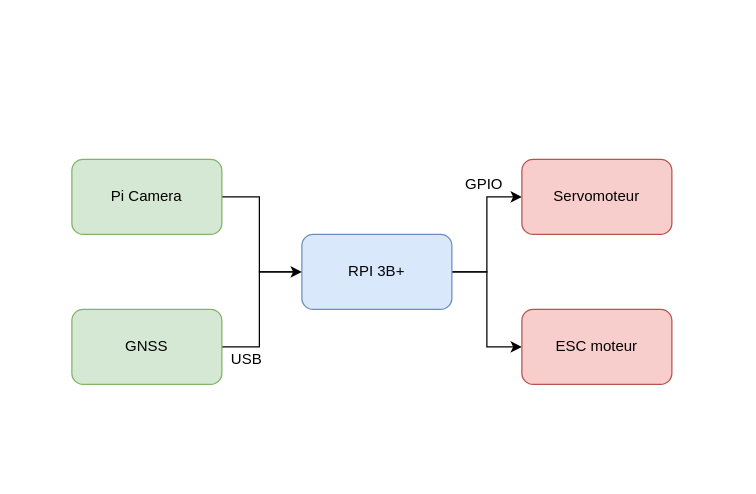
Before: page "Page-3" (3 of 4) of doc/diagrams/graphs.drawio in Jules-Berhault/kart, a draw.io diagram. Source tidied: cells renumbered, new cells numbered last; positions are measured from the earlier drawing's top-left corner, leaving out a move shared by most shapes. Both pictures are drawn from the tidied source at 125%, with x=0, y=0 at pixel (71, 159).
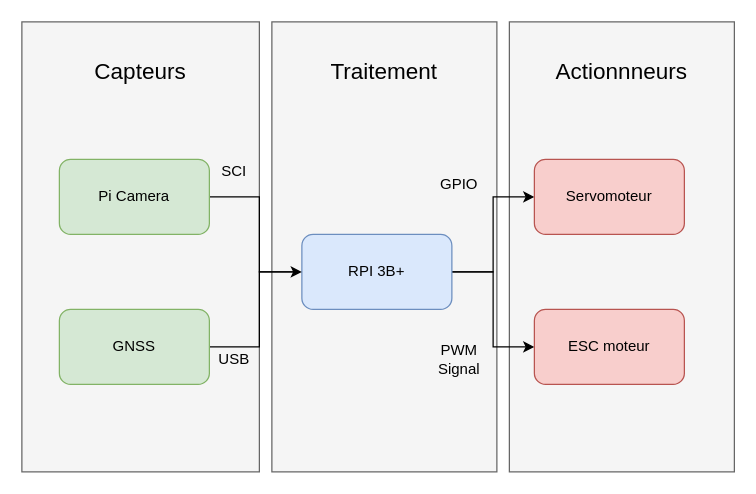
After the change.

The edit, as a diff of the source:
```diff
@@
+    <mxCell id="13" style="rounded=0;whiteSpace=wrap;html=1;fillColor=#f5f5f5;strokeColor=#666666;fontColor=#333333;" parent="1" vertex="1">
+      <mxGeometry x="350" y="-110" width="180" height="360" as="geometry" />
+    </mxCell>
+    <mxCell id="14" style="rounded=0;whiteSpace=wrap;html=1;fillColor=#f5f5f5;strokeColor=#666666;fontColor=#333333;" parent="1" vertex="1">
+      <mxGeometry x="160" y="-110" width="180" height="360" as="geometry" />
+    </mxCell>
+    <mxCell id="15" style="rounded=0;whiteSpace=wrap;html=1;fillColor=#f5f5f5;strokeColor=#666666;fontColor=#333333;" parent="1" vertex="1">
+      <mxGeometry x="-40" y="-110" width="190" height="360" as="geometry" />
+    </mxCell>
@@
     <mxCell id="6" value="Pi Camera" style="rounded=1;whiteSpace=wrap;html=1;fillColor=#d5e8d4;strokeColor=#82b366;" parent="1" vertex="1">
-      <mxGeometry width="120" height="60" as="geometry" />
+      <mxGeometry x="-10" width="120" height="60" as="geometry" />
     </mxCell>
@@
     <mxCell id="8" value="GNSS" style="rounded=1;whiteSpace=wrap;html=1;fillColor=#d5e8d4;strokeColor=#82b366;" parent="1" vertex="1">
-      <mxGeometry y="120" width="120" height="60" as="geometry" />
+      <mxGeometry x="-10" y="120" width="120" height="60" as="geometry" />
     </mxCell>
     <mxCell id="9" value="Servomoteur" style="rounded=1;whiteSpace=wrap;html=1;fillColor=#f8cecc;strokeColor=#b85450;" parent="1" vertex="1">
-      <mxGeometry x="360" width="120" height="60" as="geometry" />
+      <mxGeometry x="370" width="120" height="60" as="geometry" />
     </mxCell>
     <mxCell id="10" value="ESC moteur" style="rounded=1;whiteSpace=wrap;html=1;fillColor=#f8cecc;strokeColor=#b85450;" parent="1" vertex="1">
-      <mxGeometry x="360" y="120" width="120" height="60" as="geometry" />
+      <mxGeometry x="370" y="120" width="120" height="60" as="geometry" />
     </mxCell>
     <mxCell id="11" value="USB" style="text;html=1;strokeColor=none;fillColor=none;align=center;verticalAlign=middle;whiteSpace=wrap;rounded=0;" parent="1" vertex="1">
-      <mxGeometry x="120" y="150" width="40" height="20" as="geometry" />
+      <mxGeometry x="110" y="150" width="40" height="20" as="geometry" />
     </mxCell>
     <mxCell id="12" value="GPIO" style="text;html=1;strokeColor=none;fillColor=none;align=center;verticalAlign=middle;whiteSpace=wrap;rounded=0;" parent="1" vertex="1">
-      <mxGeometry x="310" y="10" width="40" height="20" as="geometry" />
+      <mxGeometry x="290" y="10" width="40" height="20" as="geometry" />
     </mxCell>
+    <mxCell id="16" value="&lt;font style=&quot;font-size: 18px&quot;&gt;Capteurs&lt;/font&gt;" style="text;html=1;strokeColor=none;fillColor=none;align=center;verticalAlign=middle;whiteSpace=wrap;rounded=0;" parent="1" vertex="1">
+      <mxGeometry x="35" y="-80" width="40" height="20" as="geometry" />
+    </mxCell>
+    <mxCell id="17" value="&lt;font style=&quot;font-size: 18px&quot;&gt;Traitement&lt;/font&gt;" style="text;html=1;strokeColor=none;fillColor=none;align=center;verticalAlign=middle;whiteSpace=wrap;rounded=0;" parent="1" vertex="1">
+      <mxGeometry x="230" y="-80" width="40" height="20" as="geometry" />
+    </mxCell>
+    <mxCell id="18" value="&lt;font style=&quot;font-size: 18px&quot;&gt;Actionnneurs&lt;/font&gt;" style="text;html=1;strokeColor=none;fillColor=none;align=center;verticalAlign=middle;whiteSpace=wrap;rounded=0;" parent="1" vertex="1">
+      <mxGeometry x="420" y="-80" width="40" height="20" as="geometry" />
+    </mxCell>
+    <mxCell id="19" value="SCI" style="text;html=1;strokeColor=none;fillColor=none;align=center;verticalAlign=middle;whiteSpace=wrap;rounded=0;" parent="1" vertex="1">
+      <mxGeometry x="110" width="40" height="20" as="geometry" />
+    </mxCell>
+    <mxCell id="20" value="PWM Signal" style="text;html=1;strokeColor=none;fillColor=none;align=center;verticalAlign=middle;whiteSpace=wrap;rounded=0;" parent="1" vertex="1">
+      <mxGeometry x="290" y="150" width="40" height="20" as="geometry" />
+    </mxCell>
```
